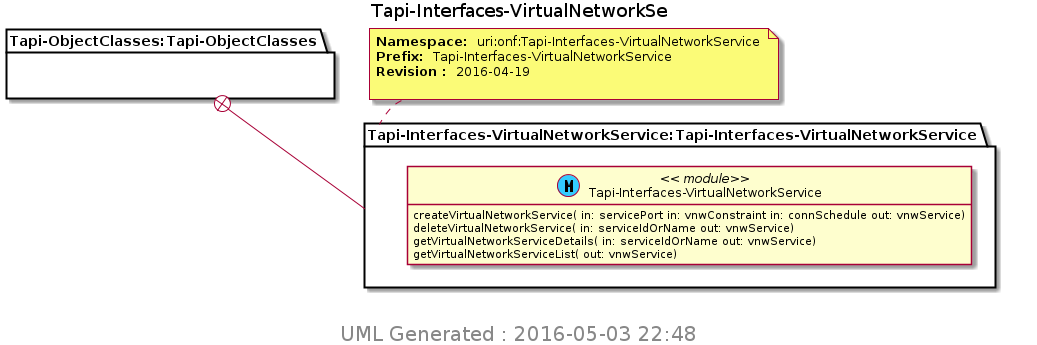
Before: TransportAPI/YANG/pyang_uml/Tapi-Interfaces-VirtualNetworkSe.png, a diagram exported from PlantUML (Open-Network-Models-and-Interfaces-ONMI/TAPI). Its diagram source:
```plantuml
@startuml img/Tapi-Interfaces-VirtualNetworkSe.png
hide empty fields
hide empty methods
hide <<case>> circle
hide <<augment>> circle
hide <<choice>> circle
hide <<leafref>> stereotype
hide <<leafref>> circle
page 1x1
Title Tapi-Interfaces-VirtualNetworkSe
package "Tapi-ObjectClasses:Tapi-ObjectClasses" as Tapi_ObjectClasses_Tapi_ObjectClasses {
}
note top of Tapi_Interfaces_VirtualNetworkService_Tapi_Interfaces_VirtualNetworkService : <b>Namespace: </b> uri:onf:Tapi-Interfaces-VirtualNetworkService \n<b>Prefix: </b> Tapi-Interfaces-VirtualNetworkService \n<b>Revision : </b> 2016-04-19 \n
package "Tapi-Interfaces-VirtualNetworkService:Tapi-Interfaces-VirtualNetworkService" as Tapi_Interfaces_VirtualNetworkService_Tapi_Interfaces_VirtualNetworkService {
Tapi_ObjectClasses_Tapi_ObjectClasses +-- Tapi_Interfaces_VirtualNetworkService_Tapi_Interfaces_VirtualNetworkService
class "Tapi-Interfaces-VirtualNetworkService" as Tapi_Interfaces_VirtualNetworkService << (M, #33CCFF) module>>
Tapi_Interfaces_VirtualNetworkService : createVirtualNetworkService( in: servicePort in: vnwConstraint in: connSchedule out: vnwService)
Tapi_Interfaces_VirtualNetworkService : deleteVirtualNetworkService( in: serviceIdOrName out: vnwService)
Tapi_Interfaces_VirtualNetworkService : getVirtualNetworkServiceDetails( in: serviceIdOrName out: vnwService)
Tapi_Interfaces_VirtualNetworkService : getVirtualNetworkServiceList( out: vnwService)
}

center footer
 <size:20> UML Generated : 2016-05-03 22:48 </size>
 endfooter
@enduml
```
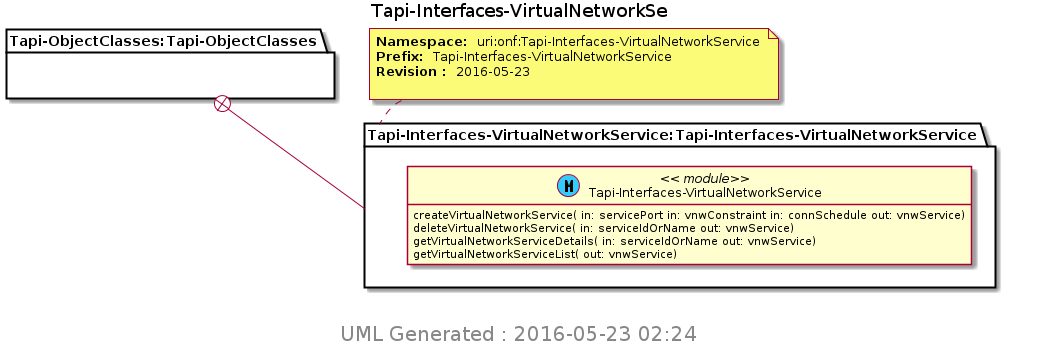
Later version of the same file.

The edit, as a diff of the source:
```diff
@@ -10,7 +10,7 @@
 Title Tapi-Interfaces-VirtualNetworkSe
 package "Tapi-ObjectClasses:Tapi-ObjectClasses" as Tapi_ObjectClasses_Tapi_ObjectClasses {
 }
-note top of Tapi_Interfaces_VirtualNetworkService_Tapi_Interfaces_VirtualNetworkService : <b>Namespace: </b> uri:onf:Tapi-Interfaces-VirtualNetworkService \n<b>Prefix: </b> Tapi-Interfaces-VirtualNetworkService \n<b>Revision : </b> 2016-04-19 \n
+note top of Tapi_Interfaces_VirtualNetworkService_Tapi_Interfaces_VirtualNetworkService : <b>Namespace: </b> uri:onf:Tapi-Interfaces-VirtualNetworkService \n<b>Prefix: </b> Tapi-Interfaces-VirtualNetworkService \n<b>Revision : </b> 2016-05-23 \n
 package "Tapi-Interfaces-VirtualNetworkService:Tapi-Interfaces-VirtualNetworkService" as Tapi_Interfaces_VirtualNetworkService_Tapi_Interfaces_VirtualNetworkService {
 Tapi_ObjectClasses_Tapi_ObjectClasses +-- Tapi_Interfaces_VirtualNetworkService_Tapi_Interfaces_VirtualNetworkService
 class "Tapi-Interfaces-VirtualNetworkService" as Tapi_Interfaces_VirtualNetworkService << (M, #33CCFF) module>>
@@ -21,6 +21,6 @@
 }
 
 center footer
- <size:20> UML Generated : 2016-05-03 22:48 </size>
+ <size:20> UML Generated : 2016-05-23 02:24 </size>
  endfooter
 @enduml
```
